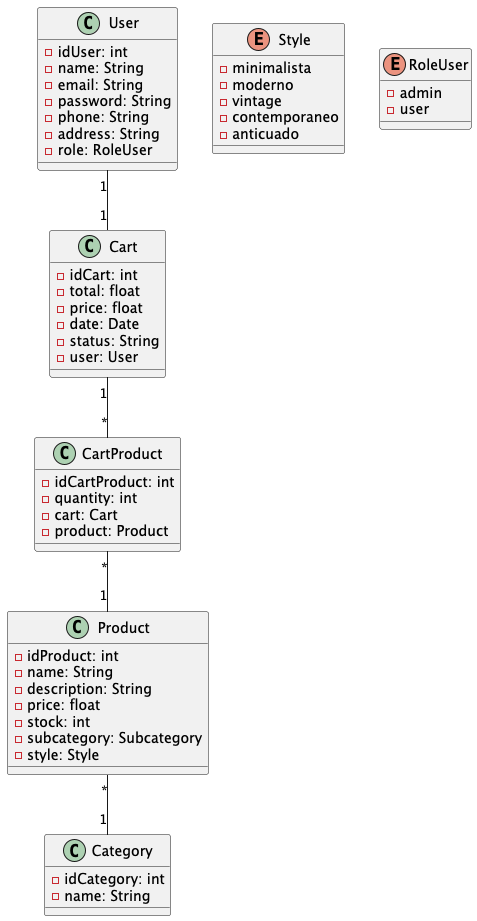
Above: docs/nibiru_home-uml.png in Nibiru-Home/tienda-back (PlantUML), before the change.
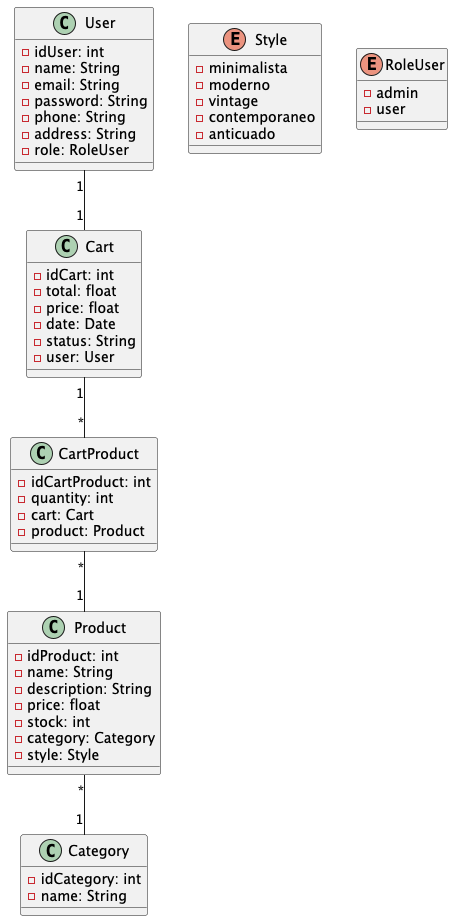
The same file after the commit.

Commit message:
fix(Nibiru-Home/sprints#1):Diagrama UML

Change to the diagram source:
```diff
@@ -33,7 +33,7 @@
     -description: String
     -price: float
     -stock: int
-    -subcategory: Subcategory
+    -category: Category
     -style: Style
 }
 
```
